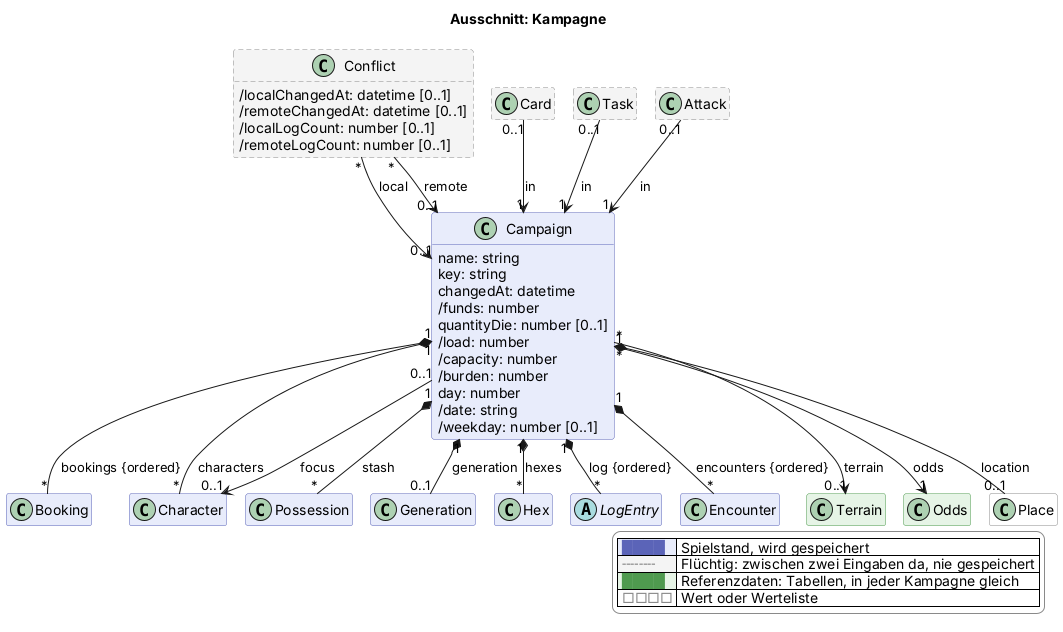
The PlantUML diagram docs/views/kampagne.png in scuzzar/SRE, before a commit.
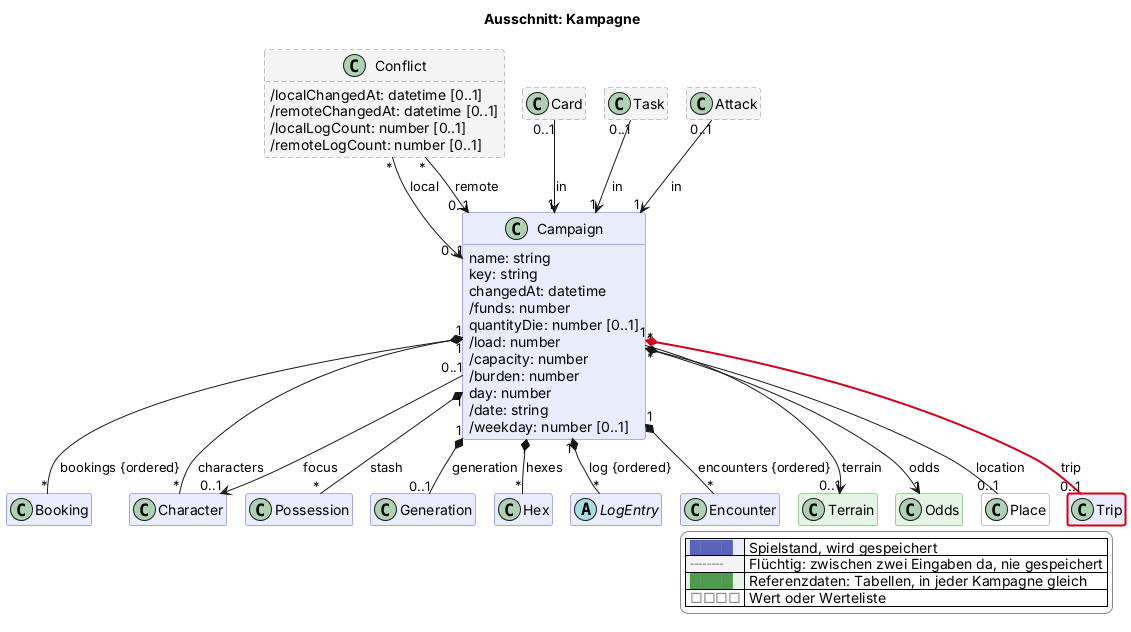
After the change.

Change to the diagram source:
```diff
@@ -104,6 +104,7 @@
 
   class Odds <<reference>> $karte
   class Place <<value>> $oberflaeche
+  class Trip $logistik $newClass("2026-11-15")
 
 Campaign "1" *-- "*" Character : characters
 Campaign "*" --> "1" Odds : odds
@@ -119,6 +120,7 @@
 
 
 Campaign "1" *-- "*" Hex : hexes
+Campaign "1" *-$newArrow("2026-11-15")- "0..1" Trip : trip
 
 Campaign "1" *-- "*" Possession : stash
 
```
